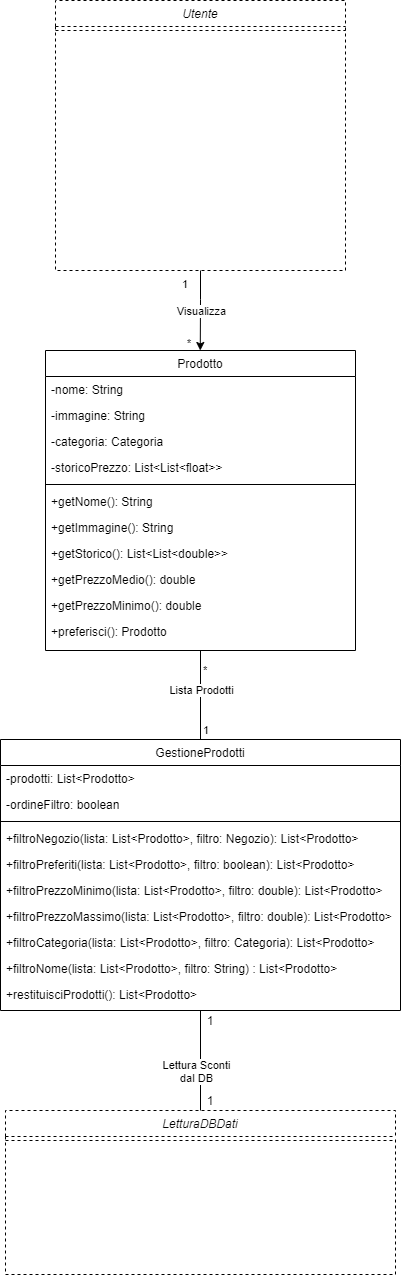
Earlier version of the draw.io export UML/DiagrammaClassiProdotti.png (G15-UniTN/iSpesa). Source tidied: cells renumbered, new cells last; positions are measured from the earlier drawing's top-left corner, leaving out a move shared by most shapes.
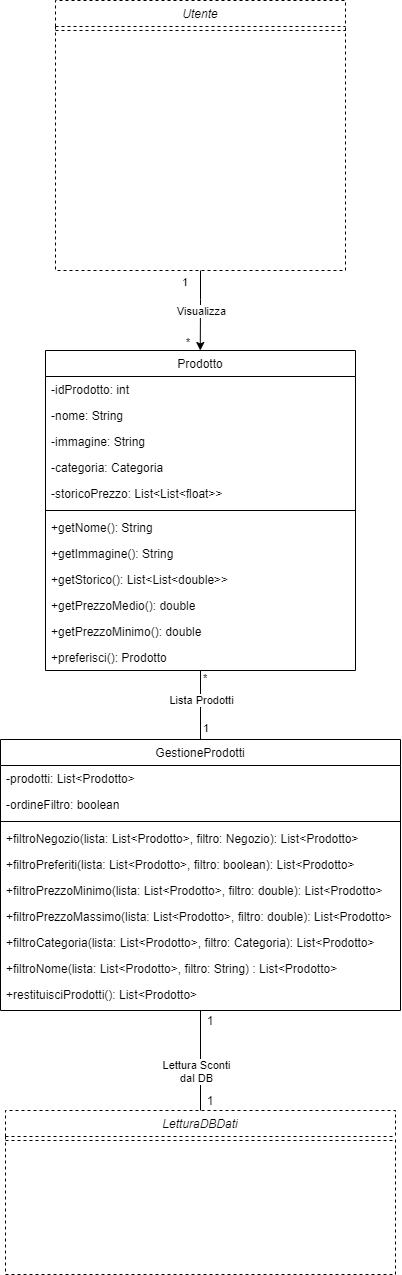
Above is the later version.

What changed in the source:
```diff
@@ -3,40 +3,43 @@
     <mxCell id="0" />
     <mxCell id="1" parent="0" />
     <mxCell id="2" value="Prodotto" style="swimlane;fontStyle=0;align=center;verticalAlign=top;horizontal=1;startSize=26;rounded=0;shadow=0;strokeWidth=1;" parent="1" vertex="1">
-      <mxGeometry x="45" y="350" width="310" height="300" as="geometry" />
+      <mxGeometry x="45" y="350" width="310" height="320" as="geometry" />
     </mxCell>
-    <mxCell id="3" value="-nome: String" style="text;align=left;verticalAlign=top;spacingLeft=4;spacingRight=4;overflow=hidden;" parent="2" vertex="1">
+    <mxCell id="3" value="-idProdotto: int" style="text;align=left;verticalAlign=top;spacingLeft=4;spacingRight=4;overflow=hidden;" parent="2" vertex="1">
       <mxGeometry y="26" width="310" height="26" as="geometry" />
     </mxCell>
+    <mxCell id="41" value="-nome: String" style="text;align=left;verticalAlign=top;spacingLeft=4;spacingRight=4;overflow=hidden;" parent="2" vertex="1">
+      <mxGeometry y="52" width="310" height="26" as="geometry" />
+    </mxCell>
     <mxCell id="4" value="-immagine: String" style="text;align=left;verticalAlign=top;spacingLeft=4;spacingRight=4;overflow=hidden;" parent="2" vertex="1">
-      <mxGeometry y="52" width="310" height="26" as="geometry" />
+      <mxGeometry y="78" width="310" height="26" as="geometry" />
     </mxCell>
     <mxCell id="5" value="-categoria: Categoria" style="text;align=left;verticalAlign=top;spacingLeft=4;spacingRight=4;overflow=hidden;" parent="2" vertex="1">
-      <mxGeometry y="78" width="310" height="26" as="geometry" />
+      <mxGeometry y="104" width="310" height="26" as="geometry" />
     </mxCell>
     <mxCell id="6" value="-storicoPrezzo: List&lt;List&lt;float&gt;&gt;" style="text;align=left;verticalAlign=top;spacingLeft=4;spacingRight=4;overflow=hidden;" parent="2" vertex="1">
-      <mxGeometry y="104" width="310" height="26" as="geometry" />
+      <mxGeometry y="130" width="310" height="26" as="geometry" />
     </mxCell>
     <mxCell id="7" style="line;html=1;strokeWidth=1;align=left;verticalAlign=middle;spacingTop=-1;spacingLeft=3;spacingRight=3;labelPosition=right;" parent="2" vertex="1">
-      <mxGeometry y="130" width="310" height="8" as="geometry" />
+      <mxGeometry y="156" width="310" height="8" as="geometry" />
     </mxCell>
     <mxCell id="8" value="+getNome(): String" style="text;align=left;verticalAlign=top;spacingLeft=4;spacingRight=4;overflow=hidden;" parent="2" vertex="1">
-      <mxGeometry y="138" width="310" height="26" as="geometry" />
+      <mxGeometry y="164" width="310" height="26" as="geometry" />
     </mxCell>
     <mxCell id="9" value="+getImmagine(): String" style="text;align=left;verticalAlign=top;spacingLeft=4;spacingRight=4;overflow=hidden;" parent="2" vertex="1">
-      <mxGeometry y="164" width="310" height="26" as="geometry" />
+      <mxGeometry y="190" width="310" height="26" as="geometry" />
     </mxCell>
     <mxCell id="10" value="+getStorico(): List&lt;List&lt;double&gt;&gt;" style="text;align=left;verticalAlign=top;spacingLeft=4;spacingRight=4;overflow=hidden;" parent="2" vertex="1">
-      <mxGeometry y="190" width="310" height="26" as="geometry" />
+      <mxGeometry y="216" width="310" height="26" as="geometry" />
     </mxCell>
     <mxCell id="11" value="+getPrezzoMedio(): double" style="text;align=left;verticalAlign=top;spacingLeft=4;spacingRight=4;overflow=hidden;" parent="2" vertex="1">
-      <mxGeometry y="216" width="310" height="26" as="geometry" />
+      <mxGeometry y="242" width="310" height="26" as="geometry" />
     </mxCell>
     <mxCell id="12" value="+getPrezzoMinimo(): double" style="text;align=left;verticalAlign=top;spacingLeft=4;spacingRight=4;overflow=hidden;" parent="2" vertex="1">
-      <mxGeometry y="242" width="310" height="26" as="geometry" />
+      <mxGeometry y="268" width="310" height="26" as="geometry" />
     </mxCell>
     <mxCell id="13" value="+preferisci(): Prodotto" style="text;align=left;verticalAlign=top;spacingLeft=4;spacingRight=4;overflow=hidden;" parent="2" vertex="1">
-      <mxGeometry y="268" width="310" height="26" as="geometry" />
+      <mxGeometry y="294" width="310" height="26" as="geometry" />
     </mxCell>
     <mxCell id="14" style="edgeStyle=orthogonalEdgeStyle;rounded=0;jettySize=auto;html=1;exitX=0.5;exitY=0;exitDx=0;exitDy=0;entryX=0.5;entryY=1;entryDx=0;entryDy=0;endArrow=none;endFill=0;startArrow=none;startFill=0;" parent="1" edge="1" source="15" target="2">
       <mxGeometry relative="1" as="geometry" />
@@ -87,12 +90,12 @@
       <mxGeometry y="26" width="390" height="8" as="geometry" />
     </mxCell>
     <mxCell id="30" value="Lista Prodotti" style="edgeLabel;html=1;align=center;verticalAlign=middle;" parent="1" vertex="1">
-      <mxGeometry x="190" y="690" as="geometry">
+      <mxGeometry x="190" y="700" as="geometry">
         <mxPoint x="10" y="-1" as="offset" />
       </mxGeometry>
     </mxCell>
     <mxCell id="31" value="*" style="edgeLabel;html=1;align=left;verticalAlign=bottom;" parent="1" vertex="1">
-      <mxGeometry x="450" y="550" as="geometry">
+      <mxGeometry x="450" y="560" as="geometry">
         <mxPoint x="-249" y="126" as="offset" />
       </mxGeometry>
     </mxCell>
```
